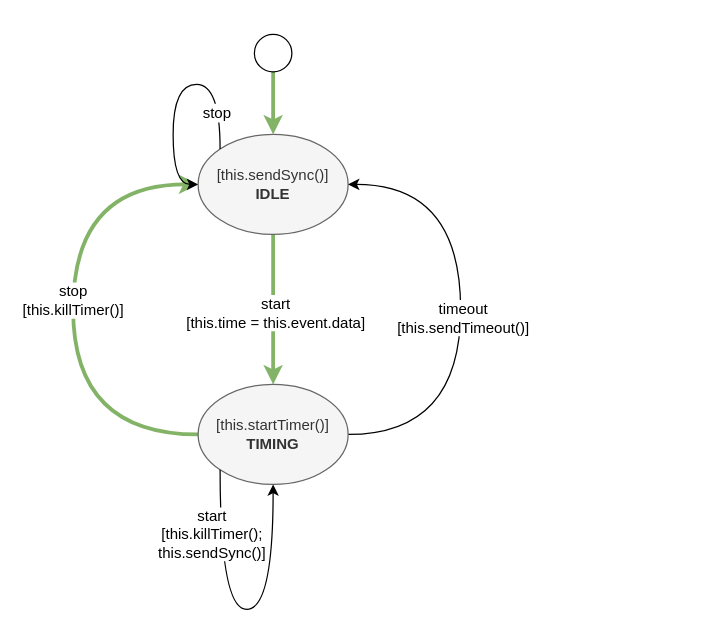
Above: page "JS Timer State Machine" (4 of 8) of drawing.drawio in guitarvydas/ag-js-3 (draw.io), before the change. Source tidied: cells renumbered, new cells numbered last; positions are measured from the earlier drawing's top-left corner, leaving out a move shared by most shapes. Both pictures are drawn from the tidied source at 125%, with x=0, y=0 at pixel (72, 34).
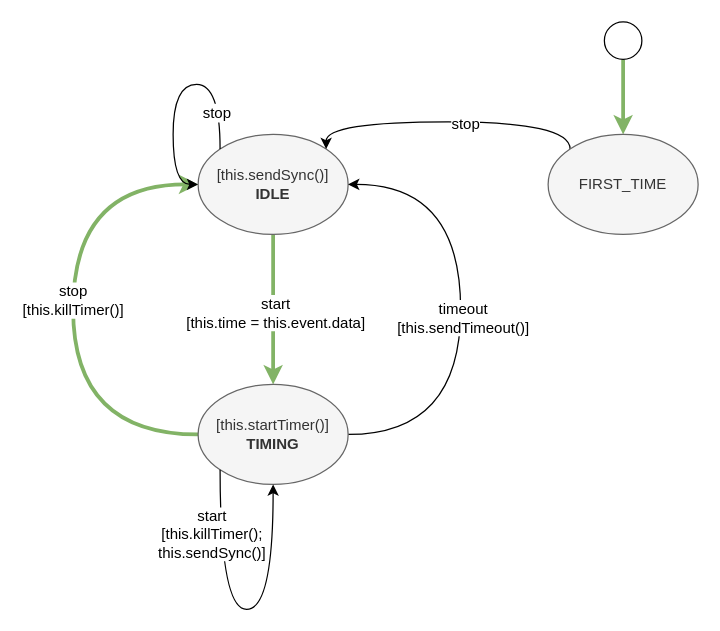
The same page after the edit.

Unchanged cells that the change refers to:
```xml
<mxCell id="4" value="[this.sendSync()]&lt;br&gt;&lt;b&gt;IDLE&lt;/b&gt;" style="ellipse;whiteSpace=wrap;html=1;fillColor=#f5f5f5;strokeColor=#666666;fontColor=#333333;" parent="1" vertex="1">
  <mxGeometry x="100" y="80" width="120" height="80" as="geometry" />
</mxCell>
```

Diff of the diagram source:
```diff
@@
-    <mxCell id="12" style="edgeStyle=orthogonalEdgeStyle;curved=1;jettySize=auto;html=1;fillColor=#d5e8d4;strokeColor=#82b366;strokeWidth=3;" parent="1" edge="1" source="13" target="4">
+    <mxCell id="12" style="edgeStyle=orthogonalEdgeStyle;curved=1;jettySize=auto;html=1;fillColor=#d5e8d4;strokeColor=#82b366;strokeWidth=3;entryX=0.5;entryY=0;entryDx=0;entryDy=0;" parent="1" edge="1" source="13" target="18">
       <mxGeometry relative="1" as="geometry" />
     </mxCell>
     <mxCell id="13" style="ellipse;whiteSpace=wrap;html=1;" parent="1" vertex="1">
-      <mxGeometry x="145" width="30" height="30" as="geometry" />
+      <mxGeometry x="425" y="-10" width="30" height="30" as="geometry" />
     </mxCell>
@@
+    <mxCell id="16" style="edgeStyle=orthogonalEdgeStyle;curved=1;jettySize=auto;html=1;exitX=0;exitY=0;exitDx=0;exitDy=0;entryX=1;entryY=0;entryDx=0;entryDy=0;strokeWidth=1;" parent="1" edge="1" source="18" target="4">
+      <mxGeometry relative="1" as="geometry">
+        <Array as="points">
+          <mxPoint x="398" y="70" />
+          <mxPoint x="202" y="70" />
+        </Array>
+      </mxGeometry>
+    </mxCell>
+    <mxCell id="17" value="stop" style="text;html=1;align=center;verticalAlign=middle;labelBackgroundColor=#ffffff;" parent="16" vertex="1">
+      <mxGeometry x="-0.11" y="1" relative="1" as="geometry" />
+    </mxCell>
+    <mxCell id="18" value="FIRST_TIME" style="ellipse;whiteSpace=wrap;html=1;fillColor=#f5f5f5;strokeColor=#666666;fontColor=#333333;" parent="1" vertex="1">
+      <mxGeometry x="380" y="80" width="120" height="80" as="geometry" />
+    </mxCell>
```
